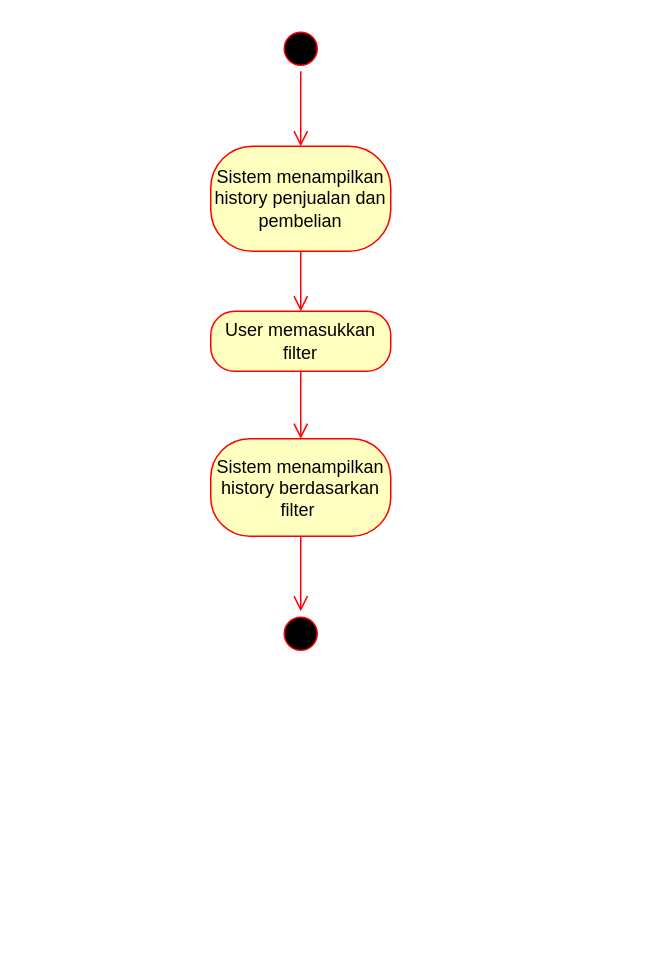
Earlier version of the draw.io diagram page "Querying Transaction History" (2 of 3) of Diagram/Activity Diagram.drawio (ryusu777/dodo-app). Source tidied: cells renumbered, new cells numbered last; positions are measured from the earlier drawing's top-left corner, leaving out a move shared by most shapes. Both pictures are drawn from the tidied source at 150%, with x=0, y=0 at pixel (210, 26).
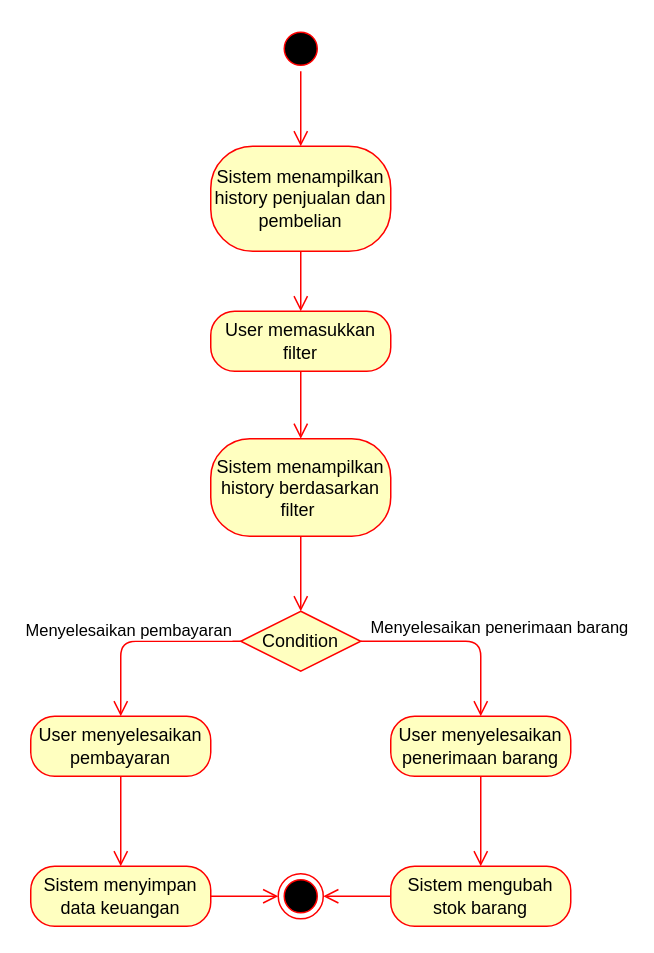
After the change.

Unchanged cells that the change refers to:
```xml
<mxCell id="9" value="Sistem menampilkan history berdasarkan filter&amp;nbsp;" style="rounded=1;whiteSpace=wrap;html=1;arcSize=40;fontColor=#000000;fillColor=#ffffc0;strokeColor=#ff0000;" parent="1" vertex="1">
  <mxGeometry y="275" width="120" height="65" as="geometry" />
</mxCell>
```

The edit, as a diff of the source:
```diff
@@
-    <mxCell id="2" style="ellipse;shape=startState;fillColor=#000000;strokeColor=#ff0000;" parent="1" vertex="1">
-      <mxGeometry x="45" y="390" width="30" height="30" as="geometry" />
-    </mxCell>
@@
-    <mxCell id="10" style="edgeStyle=orthogonalEdgeStyle;html=1;verticalAlign=bottom;endArrow=open;endSize=8;strokeColor=#ff0000;entryX=0.5;entryY=0;entryDx=0;entryDy=0;" parent="1" edge="1" source="9" target="2">
+    <mxCell id="10" style="edgeStyle=orthogonalEdgeStyle;html=1;verticalAlign=bottom;endArrow=open;endSize=8;strokeColor=#ff0000;" parent="1" edge="1" source="9" target="11">
       <mxGeometry relative="1" as="geometry" />
     </mxCell>
+    <mxCell id="11" value="Condition" style="rhombus;whiteSpace=wrap;html=1;fillColor=#ffffc0;strokeColor=#ff0000;" parent="1" vertex="1">
+      <mxGeometry x="20" y="390" width="80" height="40" as="geometry" />
+    </mxCell>
+    <mxCell id="12" value="Menyelesaikan penerimaan barang" style="edgeStyle=orthogonalEdgeStyle;html=1;align=left;verticalAlign=bottom;endArrow=open;endSize=8;strokeColor=#ff0000;" parent="1" edge="1" source="11" target="16">
+      <mxGeometry x="-0.92" relative="1" as="geometry" />
+    </mxCell>
+    <mxCell id="13" value="Menyelesaikan pembayaran" style="edgeStyle=orthogonalEdgeStyle;html=1;align=left;verticalAlign=top;endArrow=open;endSize=8;strokeColor=#ff0000;" parent="1" edge="1" source="11" target="14">
+      <mxGeometry x="0.23" y="-68" relative="1" as="geometry">
+        <mxPoint x="3" y="-20" as="offset" />
+      </mxGeometry>
+    </mxCell>
+    <mxCell id="14" value="User menyelesaikan pembayaran" style="rounded=1;whiteSpace=wrap;html=1;arcSize=40;fontColor=#000000;fillColor=#ffffc0;strokeColor=#ff0000;" parent="1" vertex="1">
+      <mxGeometry x="-120" y="460" width="120" height="40" as="geometry" />
+    </mxCell>
+    <mxCell id="15" style="edgeStyle=orthogonalEdgeStyle;html=1;verticalAlign=bottom;endArrow=open;endSize=8;strokeColor=#ff0000;" parent="1" edge="1" source="14" target="18">
+      <mxGeometry relative="1" as="geometry" />
+    </mxCell>
+    <mxCell id="16" value="User menyelesaikan penerimaan barang" style="rounded=1;whiteSpace=wrap;html=1;arcSize=40;fontColor=#000000;fillColor=#ffffc0;strokeColor=#ff0000;" parent="1" vertex="1">
+      <mxGeometry x="120" y="460" width="120" height="40" as="geometry" />
+    </mxCell>
+    <mxCell id="17" style="edgeStyle=orthogonalEdgeStyle;html=1;verticalAlign=bottom;endArrow=open;endSize=8;strokeColor=#ff0000;" parent="1" edge="1" source="16" target="20">
+      <mxGeometry relative="1" as="geometry" />
+    </mxCell>
+    <mxCell id="18" value="Sistem menyimpan data keuangan" style="rounded=1;whiteSpace=wrap;html=1;arcSize=40;fontColor=#000000;fillColor=#ffffc0;strokeColor=#ff0000;" parent="1" vertex="1">
+      <mxGeometry x="-120" y="560" width="120" height="40" as="geometry" />
+    </mxCell>
+    <mxCell id="19" style="edgeStyle=orthogonalEdgeStyle;html=1;verticalAlign=bottom;endArrow=open;endSize=8;strokeColor=#ff0000;" parent="1" edge="1" source="18" target="22">
+      <mxGeometry relative="1" as="geometry" />
+    </mxCell>
+    <mxCell id="20" value="Sistem mengubah stok barang" style="rounded=1;whiteSpace=wrap;html=1;arcSize=40;fontColor=#000000;fillColor=#ffffc0;strokeColor=#ff0000;" parent="1" vertex="1">
+      <mxGeometry x="120" y="560" width="120" height="40" as="geometry" />
+    </mxCell>
+    <mxCell id="21" style="edgeStyle=orthogonalEdgeStyle;html=1;verticalAlign=bottom;endArrow=open;endSize=8;strokeColor=#ff0000;" parent="1" edge="1" source="20" target="22">
+      <mxGeometry relative="1" as="geometry" />
+    </mxCell>
+    <mxCell id="22" style="ellipse;html=1;shape=endState;fillColor=#000000;strokeColor=#ff0000;" parent="1" vertex="1">
+      <mxGeometry x="45" y="565" width="30" height="30" as="geometry" />
+    </mxCell>
```
